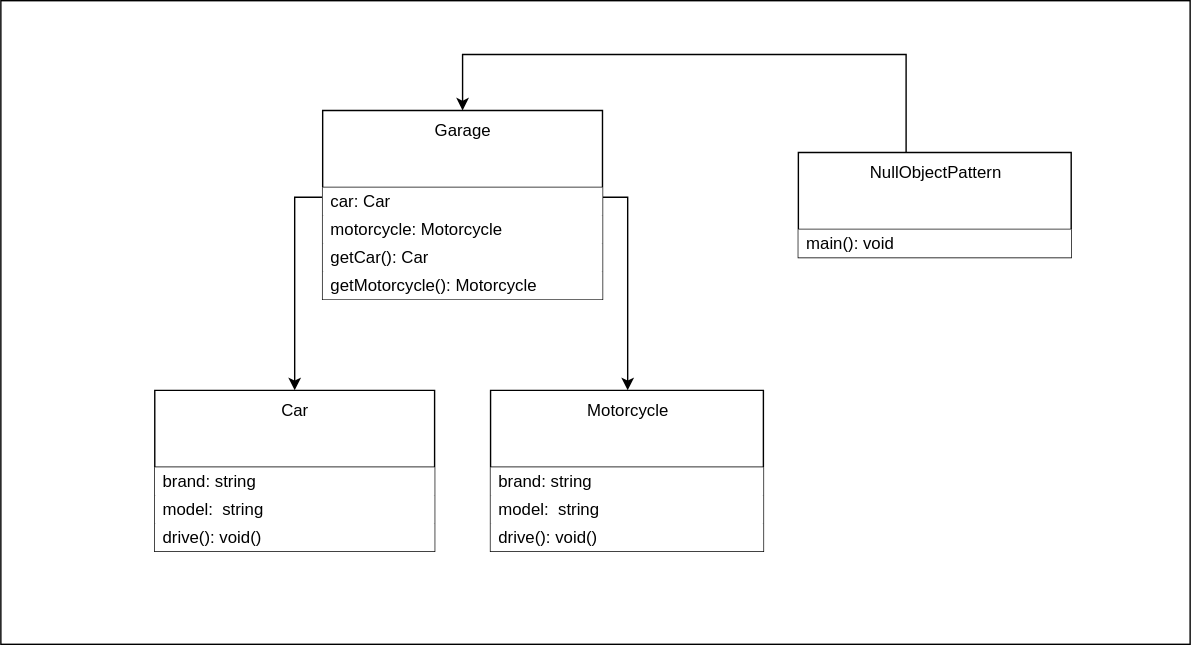
Earlier version of the draw.io export images/clean-code-error-handling/NullObjectPattern-1.svg (GabrielSlima/blog). Source tidied: cells renumbered, new cells last; positions are measured from the earlier drawing's top-left corner, leaving out a move shared by most shapes. The source it was exported from:
```xml
<mxGraphModel>
  <root>
    <mxCell id="0" />
    <mxCell id="1" parent="0" />
    <mxCell id="2" style="rounded=0;whiteSpace=wrap;html=1;fillColor=none;" parent="1" vertex="1">
      <mxGeometry width="850" height="460" as="geometry" />
    </mxCell>
    <mxCell id="3" style="edgeStyle=orthogonalEdgeStyle;rounded=0;jettySize=auto;html=1;" parent="1" edge="1" source="5" target="10">
      <mxGeometry relative="1" as="geometry">
        <Array as="points">
          <mxPoint x="448" y="140.5" />
        </Array>
      </mxGeometry>
    </mxCell>
    <mxCell id="4" style="edgeStyle=orthogonalEdgeStyle;rounded=0;jettySize=auto;html=1;" parent="1" edge="1" source="5" target="14">
      <mxGeometry relative="1" as="geometry">
        <Array as="points">
          <mxPoint x="210" y="140.5" />
        </Array>
      </mxGeometry>
    </mxCell>
    <mxCell id="5" value="Garage" style="swimlane;fontStyle=0;align=center;verticalAlign=top;horizontal=1;startSize=55;html=1;" parent="1" vertex="1">
      <mxGeometry x="230" y="78.5" width="200" height="135" as="geometry" />
    </mxCell>
    <mxCell id="6" value="&lt;div&gt;car: Car&lt;/div&gt;" style="text;html=1;strokeColor=none;align=left;verticalAlign=middle;spacingLeft=4;spacingRight=4;overflow=hidden;fillColor=#ffffff;" parent="5" vertex="1">
      <mxGeometry y="55" width="200" height="20" as="geometry" />
    </mxCell>
    <mxCell id="7" value="&lt;div&gt;motorcycle: Motorcycle&lt;/div&gt;" style="text;html=1;strokeColor=none;align=left;verticalAlign=middle;spacingLeft=4;spacingRight=4;overflow=hidden;fillColor=#ffffff;" parent="5" vertex="1">
      <mxGeometry y="75" width="200" height="20" as="geometry" />
    </mxCell>
    <mxCell id="8" value="&lt;div&gt;getCar(): Car&lt;/div&gt;" style="text;html=1;strokeColor=none;align=left;verticalAlign=middle;spacingLeft=4;spacingRight=4;overflow=hidden;fillColor=#ffffff;" parent="5" vertex="1">
      <mxGeometry y="95" width="200" height="20" as="geometry" />
    </mxCell>
    <mxCell id="9" value="&lt;div&gt;getMotorcycle(): Motorcycle&lt;/div&gt;" style="text;html=1;strokeColor=none;align=left;verticalAlign=middle;spacingLeft=4;spacingRight=4;overflow=hidden;fillColor=#ffffff;" parent="5" vertex="1">
      <mxGeometry y="115" width="200" height="20" as="geometry" />
    </mxCell>
    <mxCell id="10" value="Motorcycle" style="swimlane;fontStyle=0;align=center;verticalAlign=top;horizontal=1;startSize=55;html=1;" parent="1" vertex="1">
      <mxGeometry x="350" y="278.5" width="195" height="115" as="geometry" />
    </mxCell>
    <mxCell id="11" value="brand: string" style="text;html=1;strokeColor=none;align=left;verticalAlign=middle;spacingLeft=4;spacingRight=4;overflow=hidden;fillColor=#ffffff;" parent="10" vertex="1">
      <mxGeometry y="55" width="195" height="20" as="geometry" />
    </mxCell>
    <mxCell id="12" value="&lt;div&gt;model:&amp;nbsp; string&lt;/div&gt;" style="text;html=1;strokeColor=none;align=left;verticalAlign=middle;spacingLeft=4;spacingRight=4;overflow=hidden;fillColor=#ffffff;" parent="10" vertex="1">
      <mxGeometry y="75" width="195" height="20" as="geometry" />
    </mxCell>
    <mxCell id="13" value="&lt;div&gt;drive(): void()&lt;/div&gt;" style="text;html=1;strokeColor=none;align=left;verticalAlign=middle;spacingLeft=4;spacingRight=4;overflow=hidden;fillColor=#ffffff;" parent="10" vertex="1">
      <mxGeometry y="95" width="195" height="20" as="geometry" />
    </mxCell>
    <mxCell id="14" value="Car" style="swimlane;fontStyle=0;align=center;verticalAlign=top;horizontal=1;startSize=55;html=1;" parent="1" vertex="1">
      <mxGeometry x="110" y="278.5" width="200" height="115" as="geometry" />
    </mxCell>
    <mxCell id="15" value="brand: string" style="text;html=1;strokeColor=none;align=left;verticalAlign=middle;spacingLeft=4;spacingRight=4;overflow=hidden;fillColor=#ffffff;" parent="14" vertex="1">
      <mxGeometry y="55" width="200" height="20" as="geometry" />
    </mxCell>
    <mxCell id="16" value="&lt;div&gt;model:&amp;nbsp; string&lt;/div&gt;" style="text;html=1;strokeColor=none;align=left;verticalAlign=middle;spacingLeft=4;spacingRight=4;overflow=hidden;fillColor=#ffffff;" parent="14" vertex="1">
      <mxGeometry y="75" width="200" height="20" as="geometry" />
    </mxCell>
    <mxCell id="17" value="&lt;div&gt;drive(): void()&lt;/div&gt;" style="text;html=1;strokeColor=none;align=left;verticalAlign=middle;spacingLeft=4;spacingRight=4;overflow=hidden;fillColor=#ffffff;" parent="14" vertex="1">
      <mxGeometry y="95" width="200" height="20" as="geometry" />
    </mxCell>
    <mxCell id="18" style="edgeStyle=orthogonalEdgeStyle;rounded=0;jettySize=auto;html=1;entryX=0.5;entryY=0;entryDx=0;entryDy=0;" parent="1" edge="1" source="19" target="5">
      <mxGeometry relative="1" as="geometry">
        <Array as="points">
          <mxPoint x="647" y="38.5" />
          <mxPoint x="330" y="38.5" />
        </Array>
      </mxGeometry>
    </mxCell>
    <mxCell id="19" value="NullObjectPattern" style="swimlane;fontStyle=0;align=center;verticalAlign=top;horizontal=1;startSize=55;html=1;" parent="1" vertex="1">
      <mxGeometry x="570" y="108.5" width="195" height="75" as="geometry" />
    </mxCell>
    <mxCell id="20" value="&lt;div&gt;main(): void&lt;/div&gt;" style="text;html=1;strokeColor=none;align=left;verticalAlign=middle;spacingLeft=4;spacingRight=4;overflow=hidden;fillColor=#ffffff;" parent="19" vertex="1">
      <mxGeometry y="55" width="195" height="20" as="geometry" />
    </mxCell>
  </root>
</mxGraphModel>
```
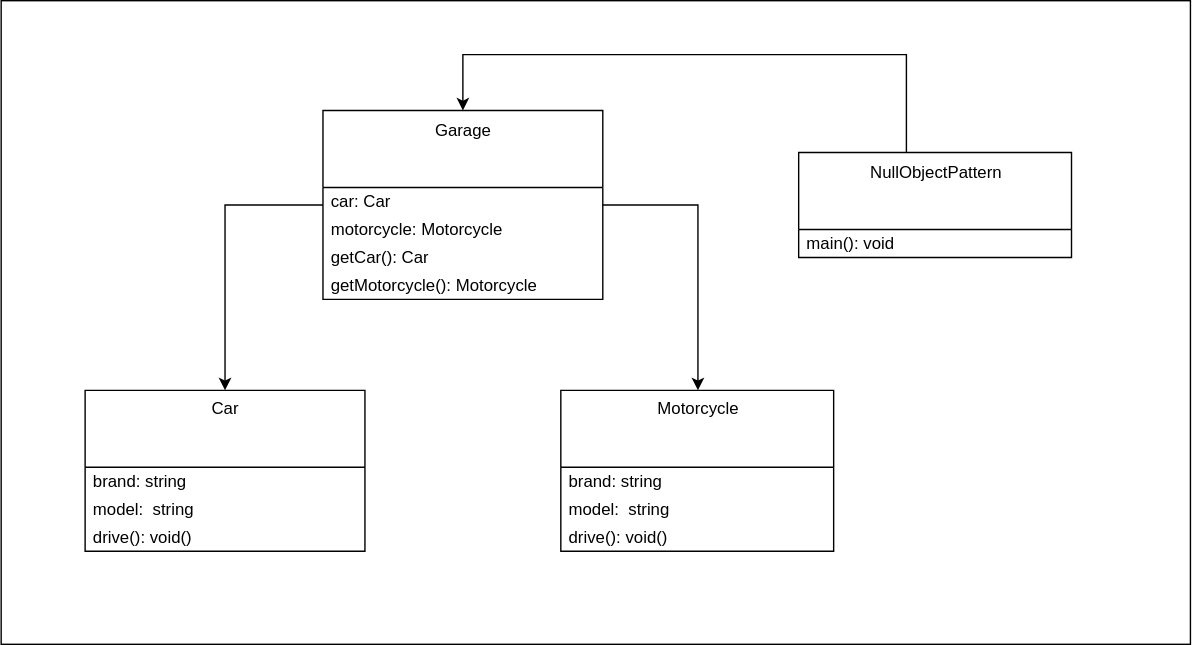
The same diagram one commit later.

Diff of the diagram source:
```diff
@@ -8,54 +8,54 @@
     <mxCell id="3" style="edgeStyle=orthogonalEdgeStyle;rounded=0;jettySize=auto;html=1;" parent="1" edge="1" source="5" target="10">
       <mxGeometry relative="1" as="geometry">
         <Array as="points">
-          <mxPoint x="448" y="140.5" />
+          <mxPoint x="498" y="146" />
         </Array>
       </mxGeometry>
     </mxCell>
     <mxCell id="4" style="edgeStyle=orthogonalEdgeStyle;rounded=0;jettySize=auto;html=1;" parent="1" edge="1" source="5" target="14">
       <mxGeometry relative="1" as="geometry">
         <Array as="points">
-          <mxPoint x="210" y="140.5" />
+          <mxPoint x="160" y="146" />
         </Array>
       </mxGeometry>
     </mxCell>
-    <mxCell id="5" value="Garage" style="swimlane;fontStyle=0;align=center;verticalAlign=top;horizontal=1;startSize=55;html=1;" parent="1" vertex="1">
+    <mxCell id="5" value="Garage" style="swimlane;fontStyle=0;align=center;verticalAlign=top;horizontal=1;startSize=55;html=1;fillColor=none;" parent="1" vertex="1">
       <mxGeometry x="230" y="78.5" width="200" height="135" as="geometry" />
     </mxCell>
-    <mxCell id="6" value="&lt;div&gt;car: Car&lt;/div&gt;" style="text;html=1;strokeColor=none;align=left;verticalAlign=middle;spacingLeft=4;spacingRight=4;overflow=hidden;fillColor=#ffffff;" parent="5" vertex="1">
+    <mxCell id="6" value="&lt;div&gt;car: Car&lt;/div&gt;" style="text;html=1;strokeColor=none;align=left;verticalAlign=middle;spacingLeft=4;spacingRight=4;overflow=hidden;" parent="5" vertex="1">
       <mxGeometry y="55" width="200" height="20" as="geometry" />
     </mxCell>
-    <mxCell id="7" value="&lt;div&gt;motorcycle: Motorcycle&lt;/div&gt;" style="text;html=1;strokeColor=none;align=left;verticalAlign=middle;spacingLeft=4;spacingRight=4;overflow=hidden;fillColor=#ffffff;" parent="5" vertex="1">
+    <mxCell id="7" value="&lt;div&gt;motorcycle: Motorcycle&lt;/div&gt;" style="text;html=1;strokeColor=none;align=left;verticalAlign=middle;spacingLeft=4;spacingRight=4;overflow=hidden;" parent="5" vertex="1">
       <mxGeometry y="75" width="200" height="20" as="geometry" />
     </mxCell>
-    <mxCell id="8" value="&lt;div&gt;getCar(): Car&lt;/div&gt;" style="text;html=1;strokeColor=none;align=left;verticalAlign=middle;spacingLeft=4;spacingRight=4;overflow=hidden;fillColor=#ffffff;" parent="5" vertex="1">
+    <mxCell id="8" value="&lt;div&gt;getCar(): Car&lt;/div&gt;" style="text;html=1;strokeColor=none;align=left;verticalAlign=middle;spacingLeft=4;spacingRight=4;overflow=hidden;" parent="5" vertex="1">
       <mxGeometry y="95" width="200" height="20" as="geometry" />
     </mxCell>
-    <mxCell id="9" value="&lt;div&gt;getMotorcycle(): Motorcycle&lt;/div&gt;" style="text;html=1;strokeColor=none;align=left;verticalAlign=middle;spacingLeft=4;spacingRight=4;overflow=hidden;fillColor=#ffffff;" parent="5" vertex="1">
+    <mxCell id="9" value="&lt;div&gt;getMotorcycle(): Motorcycle&lt;/div&gt;" style="text;html=1;strokeColor=none;align=left;verticalAlign=middle;spacingLeft=4;spacingRight=4;overflow=hidden;" parent="5" vertex="1">
       <mxGeometry y="115" width="200" height="20" as="geometry" />
     </mxCell>
-    <mxCell id="10" value="Motorcycle" style="swimlane;fontStyle=0;align=center;verticalAlign=top;horizontal=1;startSize=55;html=1;" parent="1" vertex="1">
-      <mxGeometry x="350" y="278.5" width="195" height="115" as="geometry" />
+    <mxCell id="10" value="Motorcycle" style="swimlane;fontStyle=0;align=center;verticalAlign=top;horizontal=1;startSize=55;html=1;fillColor=none;" parent="1" vertex="1">
+      <mxGeometry x="400" y="278.5" width="195" height="115" as="geometry" />
     </mxCell>
-    <mxCell id="11" value="brand: string" style="text;html=1;strokeColor=none;align=left;verticalAlign=middle;spacingLeft=4;spacingRight=4;overflow=hidden;fillColor=#ffffff;" parent="10" vertex="1">
+    <mxCell id="11" value="brand: string" style="text;html=1;strokeColor=none;align=left;verticalAlign=middle;spacingLeft=4;spacingRight=4;overflow=hidden;" parent="10" vertex="1">
       <mxGeometry y="55" width="195" height="20" as="geometry" />
     </mxCell>
-    <mxCell id="12" value="&lt;div&gt;model:&amp;nbsp; string&lt;/div&gt;" style="text;html=1;strokeColor=none;align=left;verticalAlign=middle;spacingLeft=4;spacingRight=4;overflow=hidden;fillColor=#ffffff;" parent="10" vertex="1">
+    <mxCell id="12" value="&lt;div&gt;model:&amp;nbsp; string&lt;/div&gt;" style="text;html=1;strokeColor=none;align=left;verticalAlign=middle;spacingLeft=4;spacingRight=4;overflow=hidden;" parent="10" vertex="1">
       <mxGeometry y="75" width="195" height="20" as="geometry" />
     </mxCell>
-    <mxCell id="13" value="&lt;div&gt;drive(): void()&lt;/div&gt;" style="text;html=1;strokeColor=none;align=left;verticalAlign=middle;spacingLeft=4;spacingRight=4;overflow=hidden;fillColor=#ffffff;" parent="10" vertex="1">
+    <mxCell id="13" value="&lt;div&gt;drive(): void()&lt;/div&gt;" style="text;html=1;strokeColor=none;align=left;verticalAlign=middle;spacingLeft=4;spacingRight=4;overflow=hidden;" parent="10" vertex="1">
       <mxGeometry y="95" width="195" height="20" as="geometry" />
     </mxCell>
-    <mxCell id="14" value="Car" style="swimlane;fontStyle=0;align=center;verticalAlign=top;horizontal=1;startSize=55;html=1;" parent="1" vertex="1">
-      <mxGeometry x="110" y="278.5" width="200" height="115" as="geometry" />
+    <mxCell id="14" value="Car" style="swimlane;fontStyle=0;align=center;verticalAlign=top;horizontal=1;startSize=55;html=1;fillColor=none;" parent="1" vertex="1">
+      <mxGeometry x="60" y="278.5" width="200" height="115" as="geometry" />
     </mxCell>
-    <mxCell id="15" value="brand: string" style="text;html=1;strokeColor=none;align=left;verticalAlign=middle;spacingLeft=4;spacingRight=4;overflow=hidden;fillColor=#ffffff;" parent="14" vertex="1">
+    <mxCell id="15" value="brand: string" style="text;html=1;strokeColor=none;align=left;verticalAlign=middle;spacingLeft=4;spacingRight=4;overflow=hidden;" parent="14" vertex="1">
       <mxGeometry y="55" width="200" height="20" as="geometry" />
     </mxCell>
-    <mxCell id="16" value="&lt;div&gt;model:&amp;nbsp; string&lt;/div&gt;" style="text;html=1;strokeColor=none;align=left;verticalAlign=middle;spacingLeft=4;spacingRight=4;overflow=hidden;fillColor=#ffffff;" parent="14" vertex="1">
+    <mxCell id="16" value="&lt;div&gt;model:&amp;nbsp; string&lt;/div&gt;" style="text;html=1;strokeColor=none;align=left;verticalAlign=middle;spacingLeft=4;spacingRight=4;overflow=hidden;" parent="14" vertex="1">
       <mxGeometry y="75" width="200" height="20" as="geometry" />
     </mxCell>
-    <mxCell id="17" value="&lt;div&gt;drive(): void()&lt;/div&gt;" style="text;html=1;strokeColor=none;align=left;verticalAlign=middle;spacingLeft=4;spacingRight=4;overflow=hidden;fillColor=#ffffff;" parent="14" vertex="1">
+    <mxCell id="17" value="&lt;div&gt;drive(): void()&lt;/div&gt;" style="text;html=1;strokeColor=none;align=left;verticalAlign=middle;spacingLeft=4;spacingRight=4;overflow=hidden;" parent="14" vertex="1">
       <mxGeometry y="95" width="200" height="20" as="geometry" />
     </mxCell>
     <mxCell id="18" style="edgeStyle=orthogonalEdgeStyle;rounded=0;jettySize=auto;html=1;entryX=0.5;entryY=0;entryDx=0;entryDy=0;" parent="1" edge="1" source="19" target="5">
@@ -66,10 +66,10 @@
         </Array>
       </mxGeometry>
     </mxCell>
-    <mxCell id="19" value="NullObjectPattern" style="swimlane;fontStyle=0;align=center;verticalAlign=top;horizontal=1;startSize=55;html=1;" parent="1" vertex="1">
+    <mxCell id="19" value="NullObjectPattern" style="swimlane;fontStyle=0;align=center;verticalAlign=top;horizontal=1;startSize=55;html=1;fillColor=none;" parent="1" vertex="1">
       <mxGeometry x="570" y="108.5" width="195" height="75" as="geometry" />
     </mxCell>
-    <mxCell id="20" value="&lt;div&gt;main(): void&lt;/div&gt;" style="text;html=1;strokeColor=none;align=left;verticalAlign=middle;spacingLeft=4;spacingRight=4;overflow=hidden;fillColor=#ffffff;" parent="19" vertex="1">
+    <mxCell id="20" value="&lt;div&gt;main(): void&lt;/div&gt;" style="text;html=1;strokeColor=none;align=left;verticalAlign=middle;spacingLeft=4;spacingRight=4;overflow=hidden;" parent="19" vertex="1">
       <mxGeometry y="55" width="195" height="20" as="geometry" />
     </mxCell>
   </root>
```
